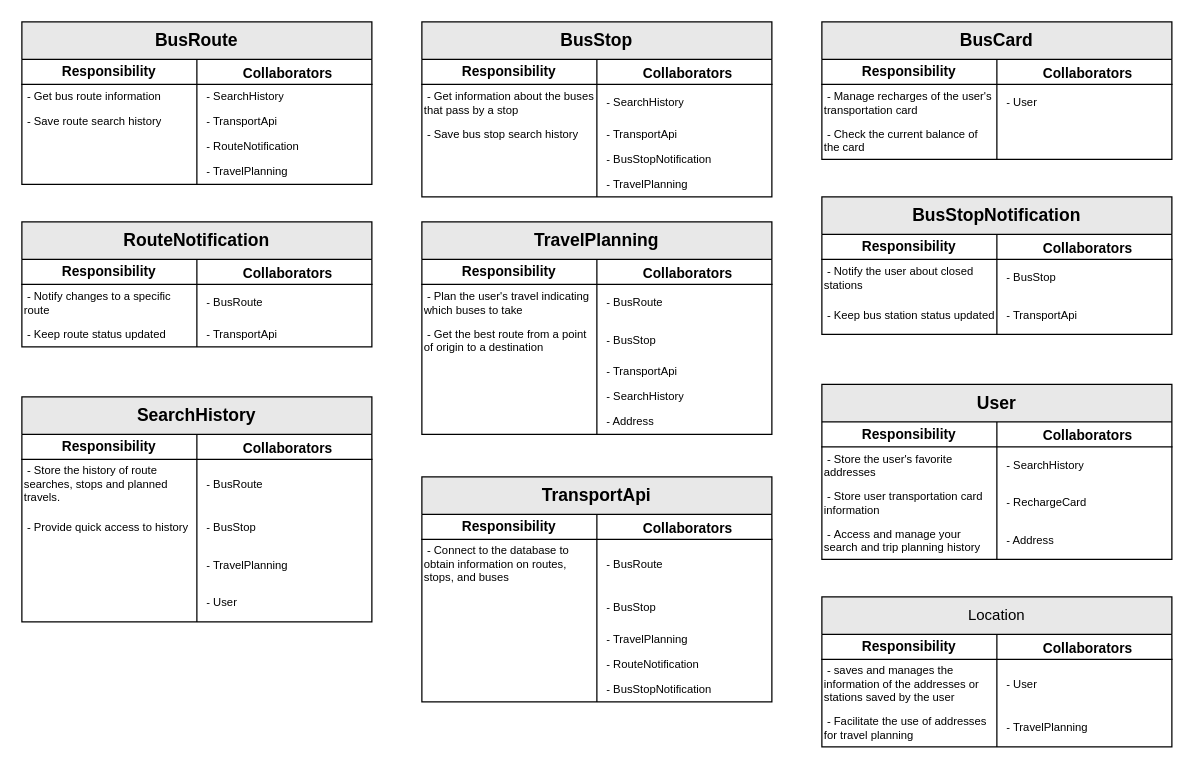
ProyectoFinalSoftwareModeling/SmartCommute keeps this draw.io diagram as page "CRC" (1 of 3) of diagrams.drawio. Above is the earlier version. Source tidied: cells renumbered, new cells numbered last; positions are measured from the earlier drawing's top-left corner, leaving out a move shared by most shapes. Both pictures are drawn from the tidied source at 125%, with x=0, y=0 at pixel (21, 21).
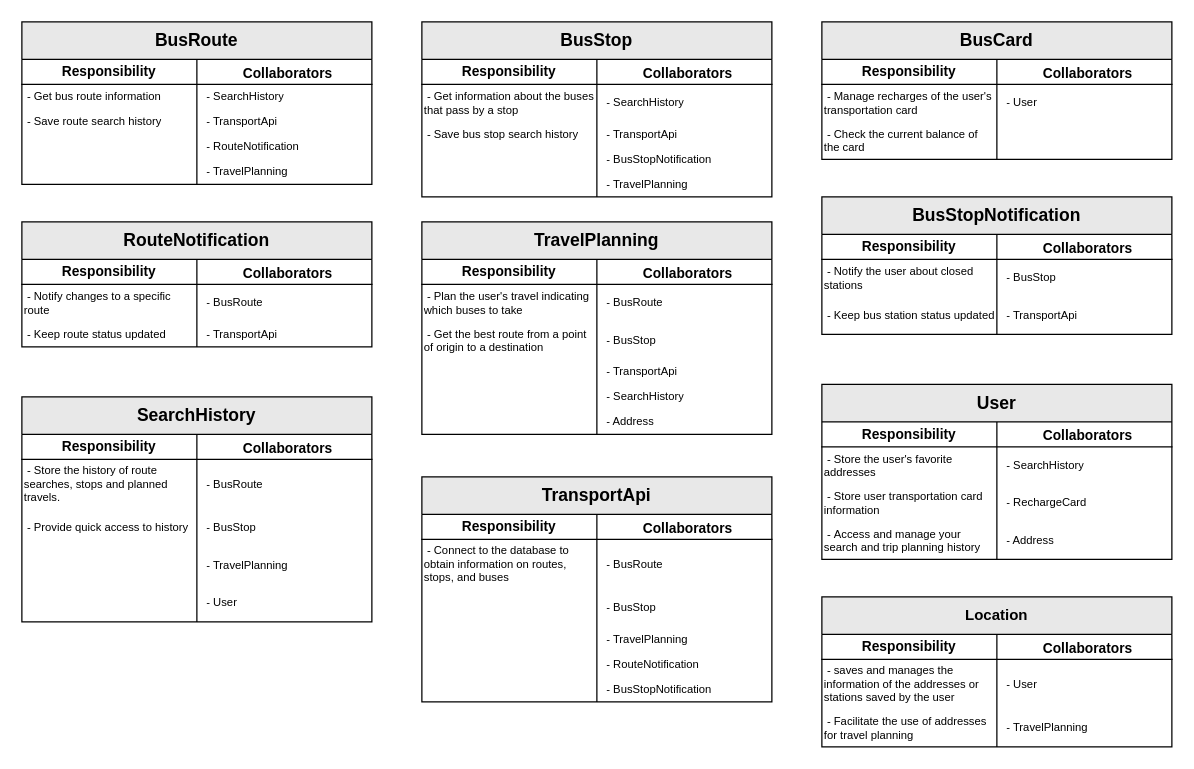
The same diagram, later.

What changed in the source:
```diff
@@
-    <mxCell id="131" value="&lt;span style=&quot;font-weight: 400; text-align: left; text-wrap: nowrap;&quot;&gt;Location&lt;/span&gt;" style="shape=table;startSize=30;childLayout=tableLayout;rowLines=0;fontStyle=1;align=center;html=1;whiteSpace=wrap;swimlaneLine=1;rounded=0;shadow=0;gradientColor=none;fillStyle=auto;fillColor=#E8E8E8;" parent="1" vertex="1">
+    <mxCell id="131" value="&lt;span style=&quot;text-align: left; text-wrap: nowrap;&quot;&gt;Location&lt;/span&gt;" style="shape=table;startSize=30;childLayout=tableLayout;rowLines=0;fontStyle=1;align=center;html=1;whiteSpace=wrap;swimlaneLine=1;rounded=0;shadow=0;gradientColor=none;fillStyle=auto;fillColor=#E8E8E8;" parent="1" vertex="1">
       <mxGeometry x="640" y="460" width="280" height="120" as="geometry" />
     </mxCell>
```
